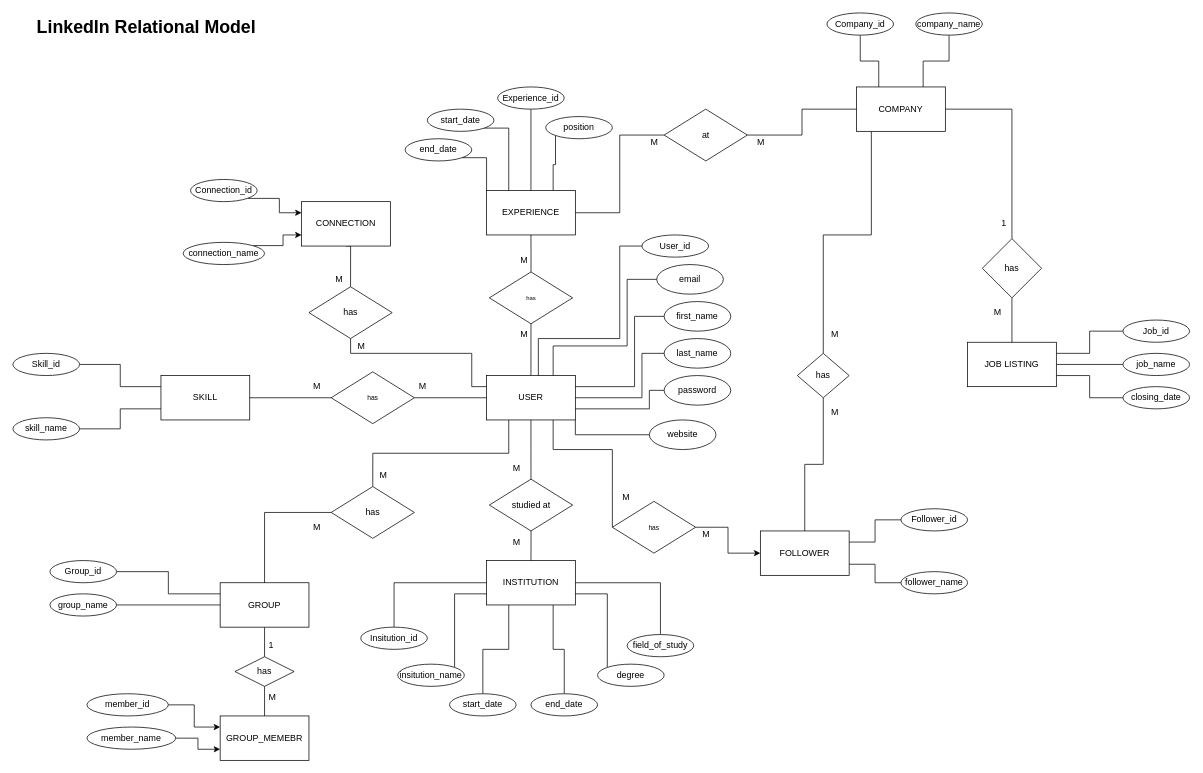
Before: LinkedIn Relationship model.drawio in jordansaker/ERDs, a draw.io diagram. Source tidied: cells renumbered, new cells numbered last; positions are measured from the earlier drawing's top-left corner, leaving out a move shared by most shapes. Both pictures are drawn from the tidied source at 74%, with x=0, y=0 at pixel (13, 13).
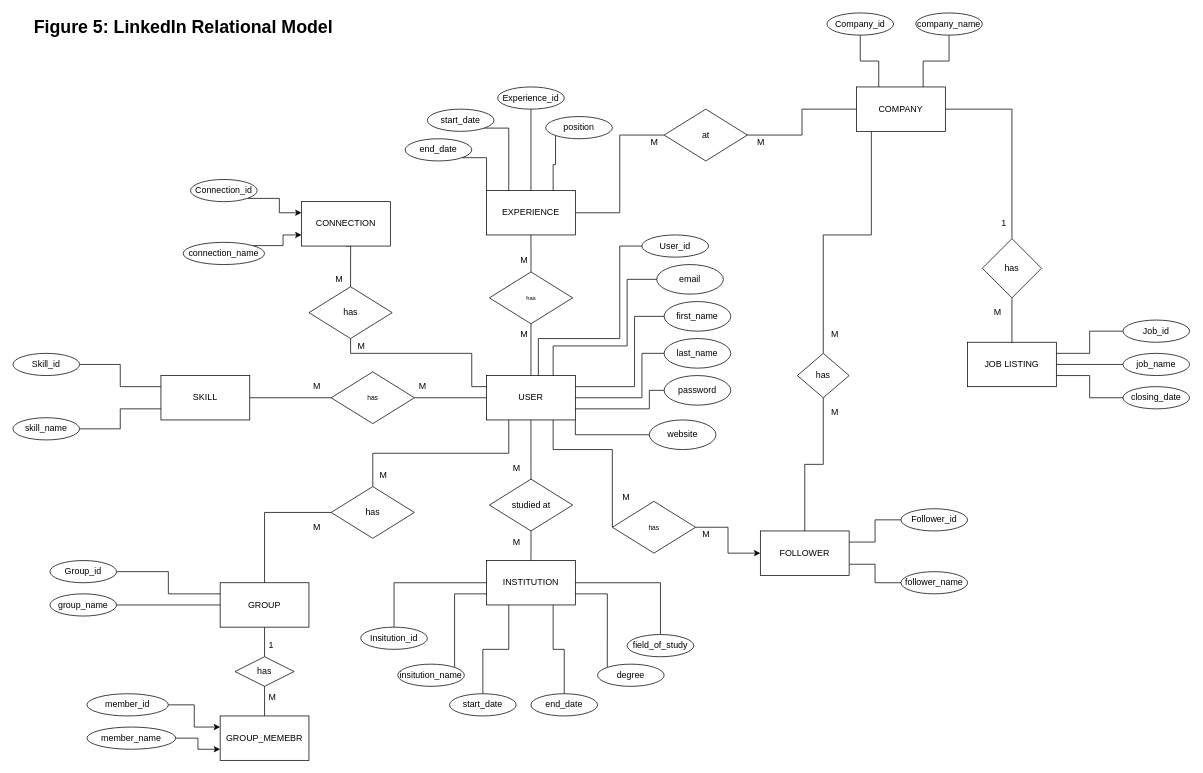
The same page after the edit.

What changed in the source:
```diff
@@
-    <mxCell id="110" value="LinkedIn Relational Model" style="text;strokeColor=none;fillColor=none;html=1;fontSize=24;fontStyle=1;verticalAlign=middle;align=center;" parent="1" vertex="1">
-      <mxGeometry x="130" width="100" height="40" as="geometry" />
+    <mxCell id="110" value="Figure 5: LinkedIn Relational Model" style="text;strokeColor=none;fillColor=none;html=1;fontSize=24;fontStyle=1;verticalAlign=middle;align=center;" parent="1" vertex="1">
+      <mxGeometry x="180" width="100" height="40" as="geometry" />
     </mxCell>
```
